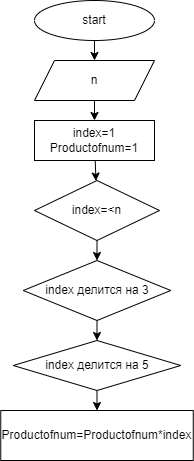
Earlier version of the draw.io export task1.drawio.png (daria9408/daria9408). Source tidied: cells renumbered, new cells last; positions are measured from the earlier drawing's top-left corner, leaving out a move shared by most shapes.
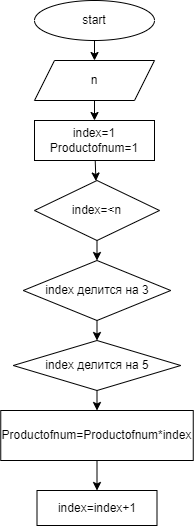
The same diagram one commit later.

Commit message:
добавлена функция для роста индекса

Change to the diagram source:
```diff
@@ -38,8 +38,14 @@
     <mxCell id="13" value="index делится на 5" style="rhombus;whiteSpace=wrap;html=1;" parent="1" vertex="1">
       <mxGeometry x="12.8" y="340" width="167.5" height="50" as="geometry" />
     </mxCell>
+    <mxCell id="15" style="edgeStyle=none;html=1;" parent="1" edge="1" source="14" target="16">
+      <mxGeometry relative="1" as="geometry" />
+    </mxCell>
     <mxCell id="14" value="Productofnum=Productofnum*index" style="whiteSpace=wrap;html=1;" parent="1" vertex="1">
       <mxGeometry x="0.2" y="410" width="192.5" height="50" as="geometry" />
     </mxCell>
+    <mxCell id="16" value="index=index+1" style="whiteSpace=wrap;html=1;" parent="1" vertex="1">
+      <mxGeometry x="36.5" y="490" width="120" height="35" as="geometry" />
+    </mxCell>
   </root>
 </mxGraphModel>
```
